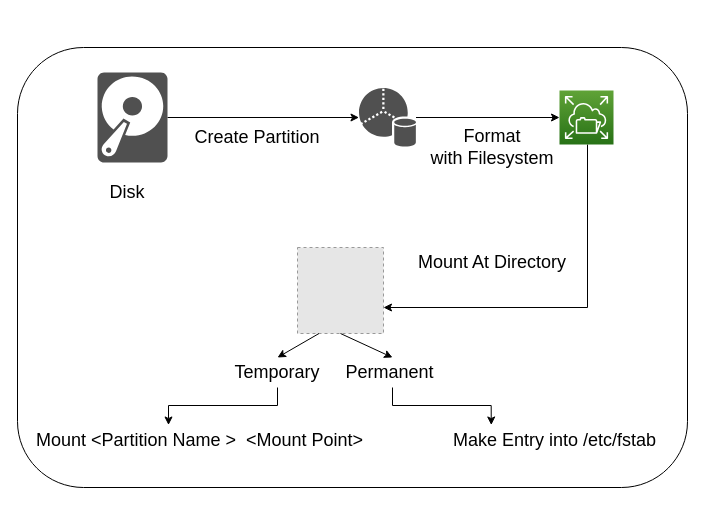
The draw.io diagram Untitled Diagram.drawio in Dhruv9066/Assignment, before the edit. Source tidied: cells renumbered, new cells numbered last; positions are measured from the earlier drawing's top-left corner, leaving out a move shared by most shapes. Both pictures are drawn from the tidied source at 100%, with x=0, y=0 at pixel (17, 47). Pictures stored in the file or linked from it are replaced by grey dashed boxes.
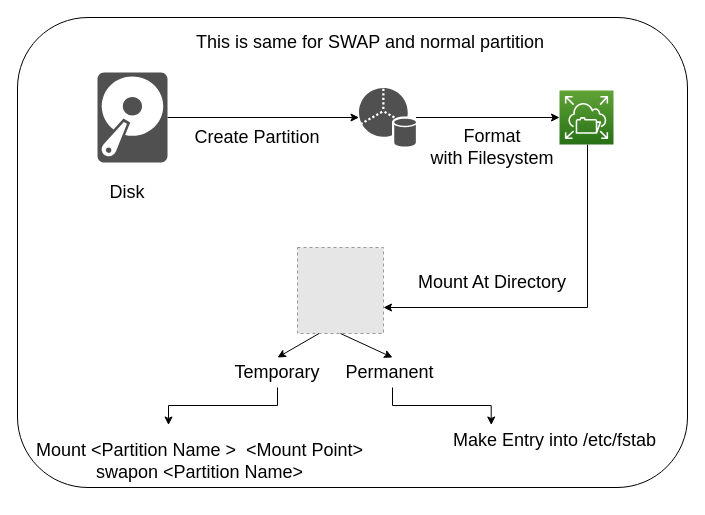
The same diagram, later.

Diff of the diagram source:
```diff
@@
     <mxCell id="3" style="rounded=1;whiteSpace=wrap;html=1;" parent="1" vertex="1">
-      <mxGeometry width="670" height="440" as="geometry" />
+      <mxGeometry y="-30" width="670" height="470" as="geometry" />
     </mxCell>
@@
     <mxCell id="14" value="&lt;font style=&quot;font-size: 18px;&quot;&gt;Mount At Directory&lt;/font&gt;" style="text;html=1;strokeColor=none;fillColor=none;align=center;verticalAlign=middle;whiteSpace=wrap;rounded=0;" parent="1" vertex="1">
-      <mxGeometry x="387" y="200" width="176" height="30" as="geometry" />
+      <mxGeometry x="387" y="220" width="176" height="30" as="geometry" />
     </mxCell>
@@
-    <mxCell id="21" value="Mount &amp;lt;Partition Name &amp;gt;&amp;nbsp; &amp;lt;Mount Point&amp;gt;" style="text;html=1;strokeColor=none;fillColor=none;align=center;verticalAlign=middle;whiteSpace=wrap;rounded=0;fontSize=18;" parent="1" vertex="1">
-      <mxGeometry x="5" y="377.5" width="355" height="30" as="geometry" />
+    <mxCell id="21" value="Mount &amp;lt;Partition Name &amp;gt;&amp;nbsp; &amp;lt;Mount Point&amp;gt;&lt;br&gt;swapon &amp;lt;Partition Name&amp;gt;" style="text;html=1;strokeColor=none;fillColor=none;align=center;verticalAlign=middle;whiteSpace=wrap;rounded=0;fontSize=18;" parent="1" vertex="1">
+      <mxGeometry x="5" y="377.5" width="355" height="72.5" as="geometry" />
     </mxCell>
@@
+    <mxCell id="23" value="This is same for SWAP and normal partition" style="text;html=1;strokeColor=none;fillColor=none;align=center;verticalAlign=middle;whiteSpace=wrap;rounded=0;fontSize=18;" parent="1" vertex="1">
+      <mxGeometry x="143" y="-20" width="420" height="30" as="geometry" />
+    </mxCell>
```
